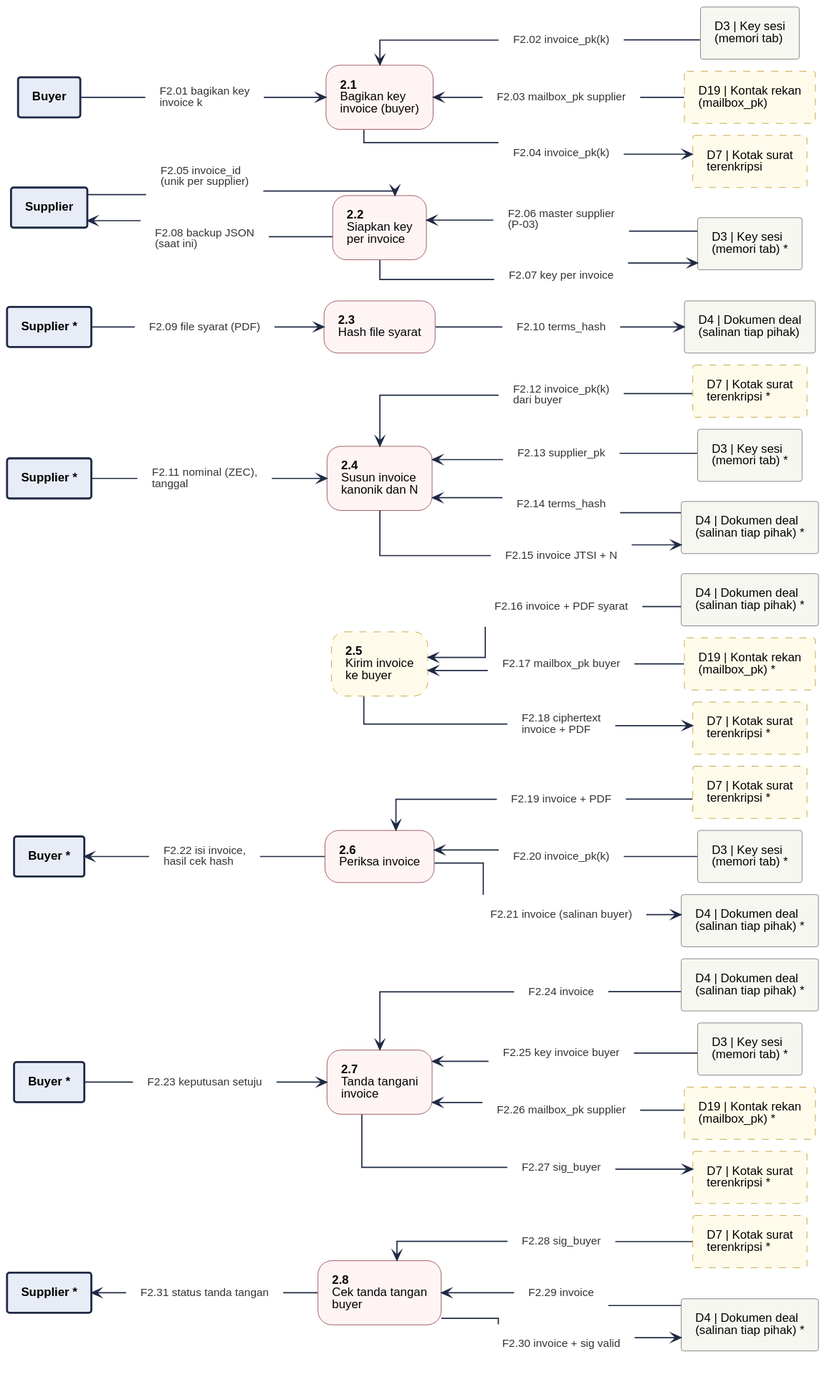
Above: 08-FlowDiagrams/assets/dfd-2-2.svg in JitsuinFi/jitsuinfi-vault (PlantUML), before the change.
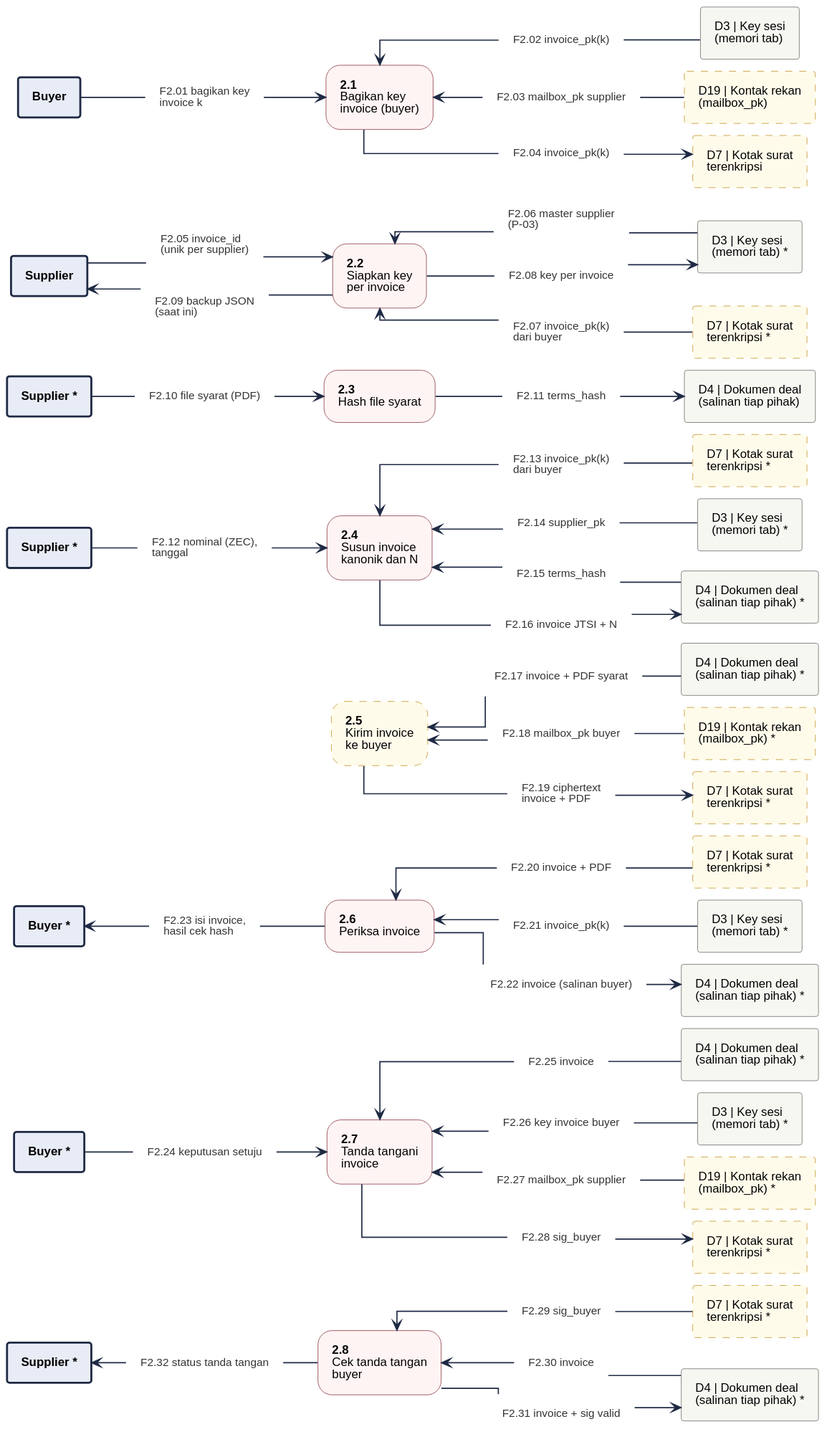
The same file after the commit.

Diff of the diagram source:
```diff
@@ -24,6 +24,7 @@
 rectangle "Supplier *" <<entity>> as S_4
 rectangle "D4 | Dokumen deal\n(salinan tiap pihak)" <<store>> as D4_3
 rectangle "Supplier *" <<entity>> as S_3
+rectangle "D7 | Kotak surat\nterenkripsi *" <<storeproposal>> as D7_2
 rectangle "D3 | Key sesi\n(memori tab) *" <<store>> as D3_2
 rectangle "Supplier" <<entity>> as S_2
 rectangle "D7 | Kotak surat\nterenkripsi" <<storeproposal>> as D7_1
@@ -44,31 +45,32 @@
 rectangle "F2.04 invoice_pk(k)" <<flow>> as f_F2_04
 rectangle "F2.05 invoice_id\n(unik per supplier)" <<flow>> as f_F2_05
 rectangle "F2.06 master supplier\n(P-03)" <<flow>> as f_F2_06
-rectangle "F2.07 key per invoice" <<flow>> as f_F2_07
-rectangle "F2.08 backup JSON\n(saat ini)" <<flow>> as f_F2_08
-rectangle "F2.09 file syarat (PDF)" <<flow>> as f_F2_09
-rectangle "F2.10 terms_hash" <<flow>> as f_F2_10
-rectangle "F2.11 nominal (ZEC),\ntanggal" <<flow>> as f_F2_11
-rectangle "F2.12 invoice_pk(k)\ndari buyer" <<flow>> as f_F2_12
-rectangle "F2.13 supplier_pk" <<flow>> as f_F2_13
-rectangle "F2.14 terms_hash" <<flow>> as f_F2_14
-rectangle "F2.15 invoice JTSI + N" <<flow>> as f_F2_15
-rectangle "F2.16 invoice + PDF syarat" <<flow>> as f_F2_16
-rectangle "F2.17 mailbox_pk buyer" <<flow>> as f_F2_17
-rectangle "F2.18 ciphertext\ninvoice + PDF" <<flow>> as f_F2_18
-rectangle "F2.19 invoice + PDF" <<flow>> as f_F2_19
-rectangle "F2.20 invoice_pk(k)" <<flow>> as f_F2_20
-rectangle "F2.21 invoice (salinan buyer)" <<flow>> as f_F2_21
-rectangle "F2.22 isi invoice,\nhasil cek hash" <<flow>> as f_F2_22
-rectangle "F2.23 keputusan setuju" <<flow>> as f_F2_23
-rectangle "F2.24 invoice" <<flow>> as f_F2_24
-rectangle "F2.25 key invoice buyer" <<flow>> as f_F2_25
-rectangle "F2.26 mailbox_pk supplier" <<flow>> as f_F2_26
-rectangle "F2.27 sig_buyer" <<flow>> as f_F2_27
+rectangle "F2.07 invoice_pk(k)\ndari buyer" <<flow>> as f_F2_07
+rectangle "F2.08 key per invoice" <<flow>> as f_F2_08
+rectangle "F2.09 backup JSON\n(saat ini)" <<flow>> as f_F2_09
+rectangle "F2.10 file syarat (PDF)" <<flow>> as f_F2_10
+rectangle "F2.11 terms_hash" <<flow>> as f_F2_11
+rectangle "F2.12 nominal (ZEC),\ntanggal" <<flow>> as f_F2_12
+rectangle "F2.13 invoice_pk(k)\ndari buyer" <<flow>> as f_F2_13
+rectangle "F2.14 supplier_pk" <<flow>> as f_F2_14
+rectangle "F2.15 terms_hash" <<flow>> as f_F2_15
+rectangle "F2.16 invoice JTSI + N" <<flow>> as f_F2_16
+rectangle "F2.17 invoice + PDF syarat" <<flow>> as f_F2_17
+rectangle "F2.18 mailbox_pk buyer" <<flow>> as f_F2_18
+rectangle "F2.19 ciphertext\ninvoice + PDF" <<flow>> as f_F2_19
+rectangle "F2.20 invoice + PDF" <<flow>> as f_F2_20
+rectangle "F2.21 invoice_pk(k)" <<flow>> as f_F2_21
+rectangle "F2.22 invoice (salinan buyer)" <<flow>> as f_F2_22
+rectangle "F2.23 isi invoice,\nhasil cek hash" <<flow>> as f_F2_23
+rectangle "F2.24 keputusan setuju" <<flow>> as f_F2_24
+rectangle "F2.25 invoice" <<flow>> as f_F2_25
+rectangle "F2.26 key invoice buyer" <<flow>> as f_F2_26
+rectangle "F2.27 mailbox_pk supplier" <<flow>> as f_F2_27
 rectangle "F2.28 sig_buyer" <<flow>> as f_F2_28
-rectangle "F2.29 invoice" <<flow>> as f_F2_29
-rectangle "F2.30 invoice + sig valid" <<flow>> as f_F2_30
-rectangle "F2.31 status tanda tangan" <<flow>> as f_F2_31
+rectangle "F2.29 sig_buyer" <<flow>> as f_F2_29
+rectangle "F2.30 invoice" <<flow>> as f_F2_30
+rectangle "F2.31 invoice + sig valid" <<flow>> as f_F2_31
+rectangle "F2.32 status tanda tangan" <<flow>> as f_F2_32
 B_1 -- f_F2_01
 f_F2_01 --> P1
 P1 <-- f_F2_02
@@ -81,56 +83,58 @@
 f_F2_05 --> P2
 P2 <-- f_F2_06
 f_F2_06 -- D3_2
-P2 -- f_F2_07
-f_F2_07 --> D3_2
-S_2 <-- f_F2_08
-f_F2_08 -- P2
-S_3 -- f_F2_09
-f_F2_09 --> P3
-P3 -- f_F2_10
-f_F2_10 --> D4_3
-S_4 -- f_F2_11
-f_F2_11 --> P4
-P4 <-- f_F2_12
-f_F2_12 -- D7_4
+P2 <-- f_F2_07
+f_F2_07 -- D7_2
+P2 -- f_F2_08
+f_F2_08 --> D3_2
+S_2 <-- f_F2_09
+f_F2_09 -- P2
+S_3 -- f_F2_10
+f_F2_10 --> P3
+P3 -- f_F2_11
+f_F2_11 --> D4_3
+S_4 -- f_F2_12
+f_F2_12 --> P4
 P4 <-- f_F2_13
-f_F2_13 -- D3_4
+f_F2_13 -- D7_4
 P4 <-- f_F2_14
-f_F2_14 -- D4_4
-P4 -- f_F2_15
-f_F2_15 --> D4_4
-P5 <-- f_F2_16
-f_F2_16 -- D4_5
+f_F2_14 -- D3_4
+P4 <-- f_F2_15
+f_F2_15 -- D4_4
+P4 -- f_F2_16
+f_F2_16 --> D4_4
 P5 <-- f_F2_17
-f_F2_17 -- D19_5
-P5 -- f_F2_18
-f_F2_18 --> D7_5
-P6 <-- f_F2_19
-f_F2_19 -- D7_6
+f_F2_17 -- D4_5
+P5 <-- f_F2_18
+f_F2_18 -- D19_5
+P5 -- f_F2_19
+f_F2_19 --> D7_5
 P6 <-- f_F2_20
-f_F2_20 -- D3_6
-P6 -- f_F2_21
-f_F2_21 --> D4_6
-B_6 <-- f_F2_22
-f_F2_22 -- P6
-B_7 -- f_F2_23
-f_F2_23 --> P7
-P7 <-- f_F2_24
-f_F2_24 -- D4_7
+f_F2_20 -- D7_6
+P6 <-- f_F2_21
+f_F2_21 -- D3_6
+P6 -- f_F2_22
+f_F2_22 --> D4_6
+B_6 <-- f_F2_23
+f_F2_23 -- P6
+B_7 -- f_F2_24
+f_F2_24 --> P7
 P7 <-- f_F2_25
-f_F2_25 -- D3_7
+f_F2_25 -- D4_7
 P7 <-- f_F2_26
-f_F2_26 -- D19_7
-P7 -- f_F2_27
-f_F2_27 --> D7_7
-P8 <-- f_F2_28
-f_F2_28 -- D7_8
+f_F2_26 -- D3_7
+P7 <-- f_F2_27
+f_F2_27 -- D19_7
+P7 -- f_F2_28
+f_F2_28 --> D7_7
 P8 <-- f_F2_29
-f_F2_29 -- D4_8
-P8 -- f_F2_30
-f_F2_30 --> D4_8
-S_8 <-- f_F2_31
-f_F2_31 -- P8
+f_F2_29 -- D7_8
+P8 <-- f_F2_30
+f_F2_30 -- D4_8
+P8 -- f_F2_31
+f_F2_31 --> D4_8
+S_8 <-- f_F2_32
+f_F2_32 -- P8
 rectangle " " <<spacer>> as sp_P5_a
 rectangle " " <<spacer>> as sp_P5_b
 sp_P5_a -[hidden]- sp_P5_b
```
